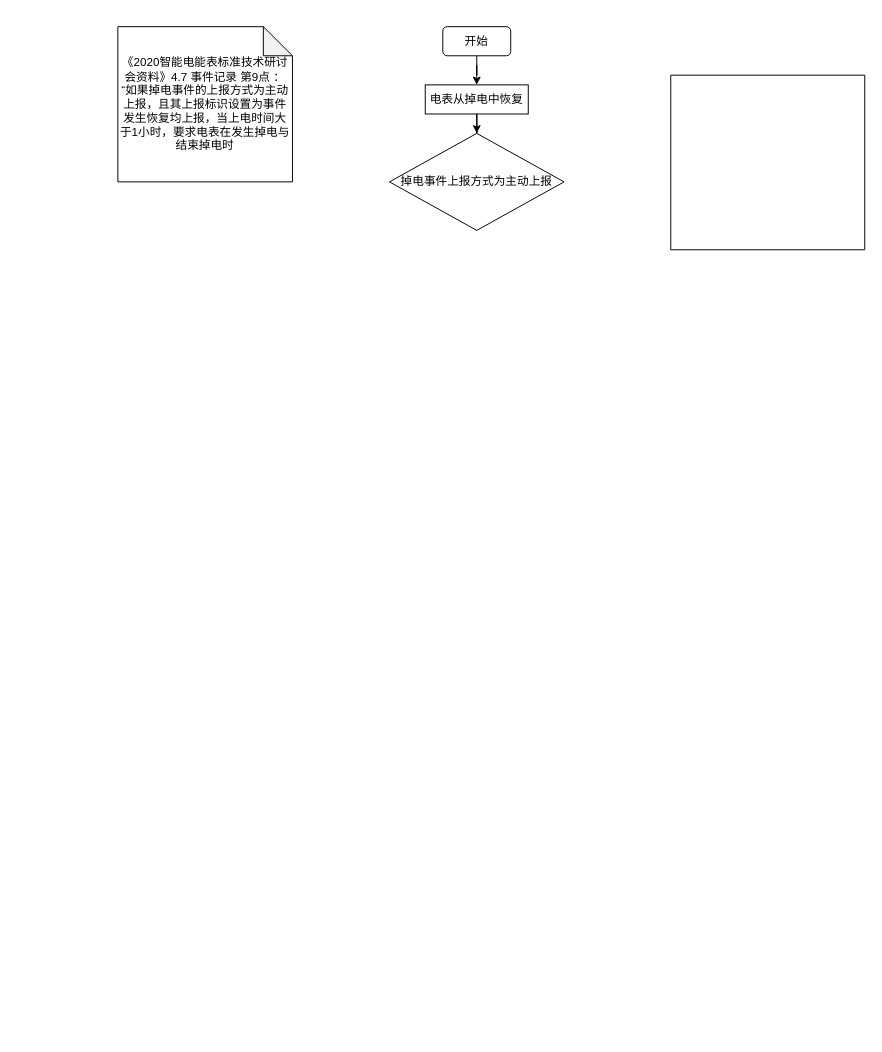
Before: 福建单相表低功耗异常.drawio in wigenbi/Diagrams, a draw.io diagram. Source tidied: cells renumbered, new cells numbered last; positions are measured from the earlier drawing's top-left corner, leaving out a move shared by most shapes. Both pictures are drawn from the tidied source at 97%, with x=0, y=0 at pixel (117, 26).
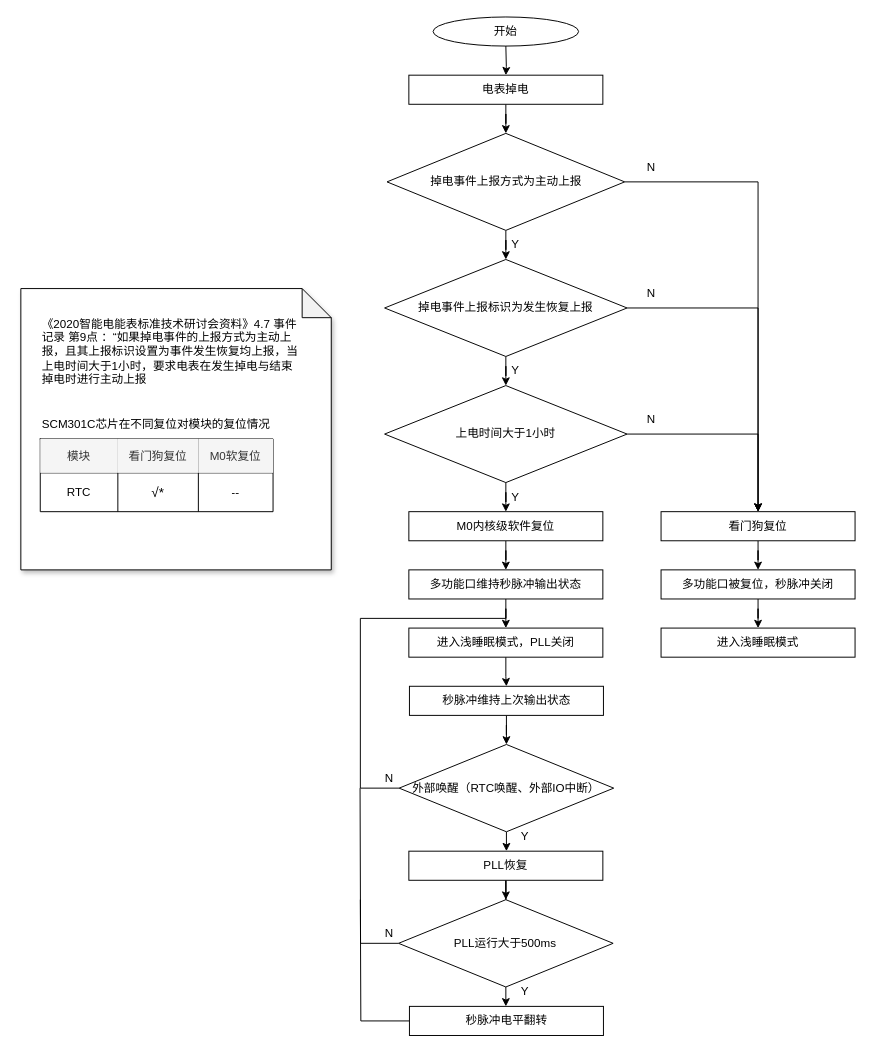
Above is the later version.

Commit message:
更新福建单相表低功耗异常.drawio

Change to the diagram source:
```diff
@@
-    <mxCell id="2" style="edgeStyle=orthogonalEdgeStyle;rounded=0;jettySize=auto;html=1;" parent="1" edge="1" source="3" target="5">
-      <mxGeometry relative="1" as="geometry" />
+    <mxCell id="2" style="edgeStyle=orthogonalEdgeStyle;rounded=0;jettySize=auto;html=1;" parent="1" edge="1" target="5">
+      <mxGeometry relative="1" as="geometry">
+        <mxPoint x="400" y="20" as="sourcePoint" />
+      </mxGeometry>
     </mxCell>
-    <mxCell id="3" value="开始" style="rounded=1;whiteSpace=wrap;html=1;" parent="1" vertex="1">
-      <mxGeometry x="335" width="70" height="30" as="geometry" />
-    </mxCell>
@@
-    <mxCell id="5" value="电表从掉电中恢复" style="rounded=0;whiteSpace=wrap;html=1;" parent="1" vertex="1">
-      <mxGeometry x="316.9" y="60" width="106.2" height="30" as="geometry" />
+    <mxCell id="5" value="电表掉电" style="rounded=0;whiteSpace=wrap;html=1;" parent="1" vertex="1">
+      <mxGeometry x="300" y="50" width="200" height="30" as="geometry" />
     </mxCell>
+    <mxCell id="9" style="edgeStyle=orthogonalEdgeStyle;rounded=0;jettySize=auto;html=1;" parent="1" edge="1" source="6" target="13">
+      <mxGeometry relative="1" as="geometry" />
+    </mxCell>
+    <mxCell id="10" style="edgeStyle=orthogonalEdgeStyle;rounded=0;jettySize=auto;html=1;entryX=0.5;entryY=0;entryDx=0;entryDy=0;" parent="1" edge="1" source="6" target="38">
+      <mxGeometry relative="1" as="geometry" />
+    </mxCell>
-    <mxCell id="6" value="掉电事件上报方式为主动上报" style="rhombus;whiteSpace=wrap;html=1;" parent="1" vertex="1">
-      <mxGeometry x="280" y="110" width="180" height="100" as="geometry" />
+    <mxCell id="6" value="掉电事件上报方式为主动上报" style="rhombus;html=1;whiteSpace=wrap;verticalAlign=middle;align=center;horizontal=1;" parent="1" vertex="1">
+      <mxGeometry x="277.5" y="110" width="245" height="100" as="geometry" />
     </mxCell>
-    <mxCell id="7" style="swimlane;startSize=0;" parent="1" vertex="1">
-      <mxGeometry x="570" y="50" width="200" height="180" as="geometry" />
-    </mxCell>
-    <mxCell id="8" value="《2020智能电能表标准技术研讨会资料》4.7 事件记录 第9点 ：“如果掉电事件的上报方式为主动上报，且其上报标识设置为事件发生恢复均上报，当上电时间大于1小时，要求电表在发生掉电与结束掉电时" style="shape=note;whiteSpace=wrap;html=1;backgroundOutline=1;darkOpacity=0.05;" parent="1" vertex="1">
-      <mxGeometry width="180" height="160" as="geometry" />
+    <mxCell id="8" value="&lt;div style=&quot;&quot;&gt;&lt;br&gt;&lt;/div&gt;" style="shape=note;whiteSpace=wrap;html=1;backgroundOutline=1;darkOpacity=0.05;align=left;shadow=1;" parent="1" vertex="1">
+      <mxGeometry x="-100" y="270" width="320" height="290" as="geometry" />
     </mxCell>
+    <mxCell id="3" value="开始" style="ellipse;whiteSpace=wrap;html=1;" parent="1" vertex="1">
+      <mxGeometry x="325" y="-10" width="150" height="30" as="geometry" />
+    </mxCell>
+    <mxCell id="11" style="edgeStyle=orthogonalEdgeStyle;rounded=0;jettySize=auto;html=1;" parent="1" edge="1" source="13" target="16">
+      <mxGeometry relative="1" as="geometry" />
+    </mxCell>
+    <mxCell id="12" style="edgeStyle=orthogonalEdgeStyle;rounded=0;jettySize=auto;html=1;entryX=0.5;entryY=0;entryDx=0;entryDy=0;" parent="1" edge="1" source="13" target="38">
+      <mxGeometry relative="1" as="geometry" />
+    </mxCell>
+    <mxCell id="13" value="掉电事件上报标识为发生恢复上报" style="rhombus;whiteSpace=wrap;html=1;" parent="1" vertex="1">
+      <mxGeometry x="275" y="240" width="250" height="100" as="geometry" />
+    </mxCell>
+    <mxCell id="14" style="edgeStyle=orthogonalEdgeStyle;rounded=0;jettySize=auto;html=1;" parent="1" edge="1" source="16" target="20">
+      <mxGeometry relative="1" as="geometry" />
+    </mxCell>
+    <mxCell id="15" style="edgeStyle=orthogonalEdgeStyle;rounded=0;jettySize=auto;html=1;" parent="1" edge="1" source="16" target="38">
+      <mxGeometry relative="1" as="geometry" />
+    </mxCell>
+    <mxCell id="16" value="上电时间大于1小时" style="rhombus;whiteSpace=wrap;html=1;" parent="1" vertex="1">
+      <mxGeometry x="275" y="370" width="250" height="100" as="geometry" />
+    </mxCell>
+    <mxCell id="17" value="Y" style="text;html=1;strokeColor=none;fillColor=none;align=center;verticalAlign=middle;whiteSpace=wrap;rounded=0;" parent="1" vertex="1">
+      <mxGeometry x="380" y="210" width="60" height="30" as="geometry" />
+    </mxCell>
+    <mxCell id="18" value="Y" style="text;html=1;strokeColor=none;fillColor=none;align=center;verticalAlign=middle;whiteSpace=wrap;rounded=0;" parent="1" vertex="1">
+      <mxGeometry x="380" y="340" width="60" height="30" as="geometry" />
+    </mxCell>
+    <mxCell id="19" style="edgeStyle=orthogonalEdgeStyle;rounded=0;jettySize=auto;html=1;" parent="1" edge="1" source="20" target="34">
+      <mxGeometry relative="1" as="geometry" />
+    </mxCell>
+    <mxCell id="20" value="M0内核级软件复位" style="rounded=0;whiteSpace=wrap;html=1;" parent="1" vertex="1">
+      <mxGeometry x="300" y="500" width="200" height="30" as="geometry" />
+    </mxCell>
+    <mxCell id="21" style="shape=table;startSize=0;childLayout=tableLayout;" parent="1" vertex="1">
+      <mxGeometry x="-80" y="425" width="240" height="75" as="geometry" />
+    </mxCell>
+    <mxCell id="22" style="shape=tableRow;horizontal=0;startSize=0;swimlaneHead=0;swimlaneBody=0;strokeColor=inherit;top=0;left=0;bottom=0;right=0;fillColor=none;" parent="21" vertex="1">
+      <mxGeometry width="240" height="35" as="geometry" />
+    </mxCell>
+    <mxCell id="23" value="模块" style="shape=partialRectangle;html=1;whiteSpace=wrap;overflow=hidden;top=0;left=0;bottom=0;right=0;strokeColor=#666666;fillColor=#f5f5f5;fontColor=#333333;" parent="22" vertex="1">
+      <mxGeometry width="80" height="35" as="geometry" />
+    </mxCell>
+    <mxCell id="24" value="看门狗复位" style="shape=partialRectangle;html=1;whiteSpace=wrap;overflow=hidden;top=0;left=0;bottom=0;right=0;strokeColor=#666666;dashed=1;fillColor=#f5f5f5;fontColor=#333333;" parent="22" vertex="1">
+      <mxGeometry x="80" width="83" height="35" as="geometry" />
+    </mxCell>
+    <mxCell id="25" value="M0软复位" style="shape=partialRectangle;html=1;whiteSpace=wrap;overflow=hidden;top=0;left=0;bottom=0;right=0;strokeColor=#666666;fillColor=#f5f5f5;fontColor=#333333;" parent="22" vertex="1">
+      <mxGeometry x="163" width="77" height="35" as="geometry" />
+    </mxCell>
+    <mxCell id="26" style="shape=tableRow;horizontal=0;startSize=0;swimlaneHead=0;swimlaneBody=0;strokeColor=inherit;top=0;left=0;bottom=0;right=0;fillColor=none;" parent="21" vertex="1">
+      <mxGeometry y="35" width="240" height="40" as="geometry" />
+    </mxCell>
+    <mxCell id="27" value="RTC" style="shape=partialRectangle;html=1;whiteSpace=wrap;strokeColor=inherit;overflow=hidden;fillColor=none;top=0;left=0;bottom=0;right=0;" parent="26" vertex="1">
+      <mxGeometry width="80" height="40" as="geometry" />
+    </mxCell>
+    <mxCell id="28" value="&lt;div&gt;&lt;font style=&quot;font-size: 14px;&quot;&gt;√*&lt;/font&gt;&lt;/div&gt;" style="shape=partialRectangle;html=1;whiteSpace=wrap;strokeColor=inherit;overflow=hidden;fillColor=none;top=0;left=0;bottom=0;right=0;" parent="26" vertex="1">
+      <mxGeometry x="80" width="83" height="40" as="geometry" />
+    </mxCell>
+    <mxCell id="29" value="--" style="shape=partialRectangle;html=1;whiteSpace=wrap;strokeColor=inherit;overflow=hidden;fillColor=none;top=0;left=0;bottom=0;right=0;strokeWidth=1;dashed=1;" parent="26" vertex="1">
+      <mxGeometry x="163" width="77" height="40" as="geometry" />
+    </mxCell>
+    <mxCell id="30" value="SCM301C芯片在不同复位对模块的复位情况" style="text;html=1;strokeColor=none;fillColor=none;align=left;verticalAlign=middle;whiteSpace=wrap;rounded=0;" parent="1" vertex="1">
+      <mxGeometry x="-80" y="395" width="246" height="30" as="geometry" />
+    </mxCell>
+    <mxCell id="31" value="《2020智能电能表标准技术研讨会资料》4.7 事件记录 第9点 ：“如果掉电事件的上报方式为主动上报，且其上报标识设置为事件发生恢复均上报，当上电时间大于1小时，要求电表在发生掉电与结束掉电时进行主动上报" style="text;html=1;strokeColor=none;fillColor=none;align=left;verticalAlign=middle;whiteSpace=wrap;rounded=0;" parent="1" vertex="1">
+      <mxGeometry x="-80" y="300" width="270" height="70" as="geometry" />
+    </mxCell>
+    <mxCell id="32" value="Y" style="text;html=1;strokeColor=none;fillColor=none;align=center;verticalAlign=middle;whiteSpace=wrap;rounded=0;" parent="1" vertex="1">
+      <mxGeometry x="380" y="470" width="60" height="30" as="geometry" />
+    </mxCell>
+    <mxCell id="33" style="edgeStyle=orthogonalEdgeStyle;rounded=0;jettySize=auto;html=1;" parent="1" edge="1" source="34" target="36">
+      <mxGeometry relative="1" as="geometry" />
+    </mxCell>
+    <mxCell id="34" value="多功能口维持秒脉冲输出状态" style="rounded=0;whiteSpace=wrap;html=1;" parent="1" vertex="1">
+      <mxGeometry x="300" y="560" width="200" height="30" as="geometry" />
+    </mxCell>
+    <mxCell id="35" style="edgeStyle=orthogonalEdgeStyle;rounded=0;jettySize=auto;html=1;" parent="1" edge="1" source="36" target="48">
+      <mxGeometry relative="1" as="geometry" />
+    </mxCell>
+    <mxCell id="36" value="进入浅睡眠模式，PLL关闭" style="rounded=0;whiteSpace=wrap;html=1;" parent="1" vertex="1">
+      <mxGeometry x="300" y="620" width="200" height="30" as="geometry" />
+    </mxCell>
+    <mxCell id="37" style="edgeStyle=orthogonalEdgeStyle;rounded=0;jettySize=auto;html=1;" parent="1" edge="1" source="38" target="43">
+      <mxGeometry relative="1" as="geometry" />
+    </mxCell>
+    <mxCell id="38" value="看门狗复位" style="rounded=0;whiteSpace=wrap;html=1;" parent="1" vertex="1">
+      <mxGeometry x="560" y="500" width="200" height="30" as="geometry" />
+    </mxCell>
+    <mxCell id="39" value="N" style="text;html=1;strokeColor=none;fillColor=none;align=center;verticalAlign=middle;whiteSpace=wrap;rounded=0;" parent="1" vertex="1">
+      <mxGeometry x="520" y="130" width="60" height="30" as="geometry" />
+    </mxCell>
+    <mxCell id="40" value="N" style="text;html=1;strokeColor=none;fillColor=none;align=center;verticalAlign=middle;whiteSpace=wrap;rounded=0;" parent="1" vertex="1">
+      <mxGeometry x="520" y="260" width="60" height="30" as="geometry" />
+    </mxCell>
+    <mxCell id="41" value="N" style="text;html=1;strokeColor=none;fillColor=none;align=center;verticalAlign=middle;whiteSpace=wrap;rounded=0;" parent="1" vertex="1">
+      <mxGeometry x="520" y="390" width="60" height="30" as="geometry" />
+    </mxCell>
+    <mxCell id="42" style="edgeStyle=orthogonalEdgeStyle;rounded=0;jettySize=auto;html=1;" parent="1" edge="1" source="43" target="60">
+      <mxGeometry relative="1" as="geometry" />
+    </mxCell>
+    <mxCell id="43" value="多功能口被复位，秒脉冲关闭" style="rounded=0;whiteSpace=wrap;html=1;" parent="1" vertex="1">
+      <mxGeometry x="560" y="560" width="200" height="30" as="geometry" />
+    </mxCell>
+    <mxCell id="44" style="edgeStyle=orthogonalEdgeStyle;rounded=0;jettySize=auto;html=1;" parent="1" edge="1" source="46" target="51">
+      <mxGeometry relative="1" as="geometry" />
+    </mxCell>
+    <mxCell id="45" style="edgeStyle=orthogonalEdgeStyle;rounded=0;jettySize=auto;html=1;exitX=0;exitY=0.5;exitDx=0;exitDy=0;endArrow=none;endFill=0;" parent="1" edge="1" source="46">
+      <mxGeometry relative="1" as="geometry">
+        <mxPoint x="400" y="610" as="targetPoint" />
+        <Array as="points">
+          <mxPoint x="250" y="785" />
+          <mxPoint x="250" y="610" />
+        </Array>
+      </mxGeometry>
+    </mxCell>
+    <mxCell id="46" value="外部唤醒（RTC唤醒、外部IO中断）" style="rhombus;whiteSpace=wrap;html=1;" parent="1" vertex="1">
+      <mxGeometry x="290" y="740" width="221.2" height="90" as="geometry" />
+    </mxCell>
+    <mxCell id="47" style="edgeStyle=orthogonalEdgeStyle;rounded=0;jettySize=auto;html=1;" parent="1" edge="1" source="48" target="46">
+      <mxGeometry relative="1" as="geometry" />
+    </mxCell>
+    <mxCell id="48" value="秒脉冲维持上次输出状态" style="rounded=0;whiteSpace=wrap;html=1;" parent="1" vertex="1">
+      <mxGeometry x="300.6" y="680" width="200" height="30" as="geometry" />
+    </mxCell>
+    <mxCell id="49" value="N" style="text;html=1;strokeColor=none;fillColor=none;align=center;verticalAlign=middle;whiteSpace=wrap;rounded=0;" parent="1" vertex="1">
+      <mxGeometry x="250" y="760" width="60" height="30" as="geometry" />
+    </mxCell>
+    <mxCell id="50" style="edgeStyle=orthogonalEdgeStyle;rounded=0;jettySize=auto;html=1;" parent="1" edge="1" source="51" target="55">
+      <mxGeometry relative="1" as="geometry" />
+    </mxCell>
+    <mxCell id="51" value="PLL恢复" style="rounded=0;whiteSpace=wrap;html=1;" parent="1" vertex="1">
+      <mxGeometry x="300" y="850" width="200" height="30" as="geometry" />
+    </mxCell>
+    <mxCell id="52" value="Y" style="text;html=1;strokeColor=none;fillColor=none;align=center;verticalAlign=middle;whiteSpace=wrap;rounded=0;" parent="1" vertex="1">
+      <mxGeometry x="390" y="820" width="60" height="30" as="geometry" />
+    </mxCell>
+    <mxCell id="53" style="edgeStyle=orthogonalEdgeStyle;rounded=0;jettySize=auto;html=1;exitX=0;exitY=0.5;exitDx=0;exitDy=0;endArrow=none;endFill=0;" parent="1" edge="1" source="55">
+      <mxGeometry relative="1" as="geometry">
+        <mxPoint x="249.7" y="785" as="targetPoint" />
+      </mxGeometry>
+    </mxCell>
+    <mxCell id="54" style="edgeStyle=orthogonalEdgeStyle;rounded=0;jettySize=auto;html=1;" parent="1" edge="1" source="55" target="58">
+      <mxGeometry relative="1" as="geometry" />
+    </mxCell>
+    <mxCell id="55" value="PLL运行大于500ms" style="rhombus;whiteSpace=wrap;html=1;" parent="1" vertex="1">
+      <mxGeometry x="289.4" y="900" width="221.2" height="90" as="geometry" />
+    </mxCell>
+    <mxCell id="56" value="N" style="text;html=1;strokeColor=none;fillColor=none;align=center;verticalAlign=middle;whiteSpace=wrap;rounded=0;" parent="1" vertex="1">
+      <mxGeometry x="250" y="920" width="60" height="30" as="geometry" />
+    </mxCell>
+    <mxCell id="57" style="edgeStyle=orthogonalEdgeStyle;rounded=0;jettySize=auto;html=1;exitX=0;exitY=0.5;exitDx=0;exitDy=0;endArrow=none;endFill=0;" parent="1" edge="1" source="58">
+      <mxGeometry relative="1" as="geometry">
+        <mxPoint x="250" y="900" as="targetPoint" />
+      </mxGeometry>
+    </mxCell>
+    <mxCell id="58" value="秒脉冲电平翻转" style="rounded=0;whiteSpace=wrap;html=1;" parent="1" vertex="1">
+      <mxGeometry x="300.6" y="1010" width="200" height="30" as="geometry" />
+    </mxCell>
+    <mxCell id="59" value="Y" style="text;html=1;strokeColor=none;fillColor=none;align=center;verticalAlign=middle;whiteSpace=wrap;rounded=0;" parent="1" vertex="1">
+      <mxGeometry x="390" y="980" width="60" height="30" as="geometry" />
+    </mxCell>
+    <mxCell id="60" value="进入浅睡眠模式" style="rounded=0;whiteSpace=wrap;html=1;" parent="1" vertex="1">
+      <mxGeometry x="560" y="620" width="200" height="30" as="geometry" />
+    </mxCell>
```
